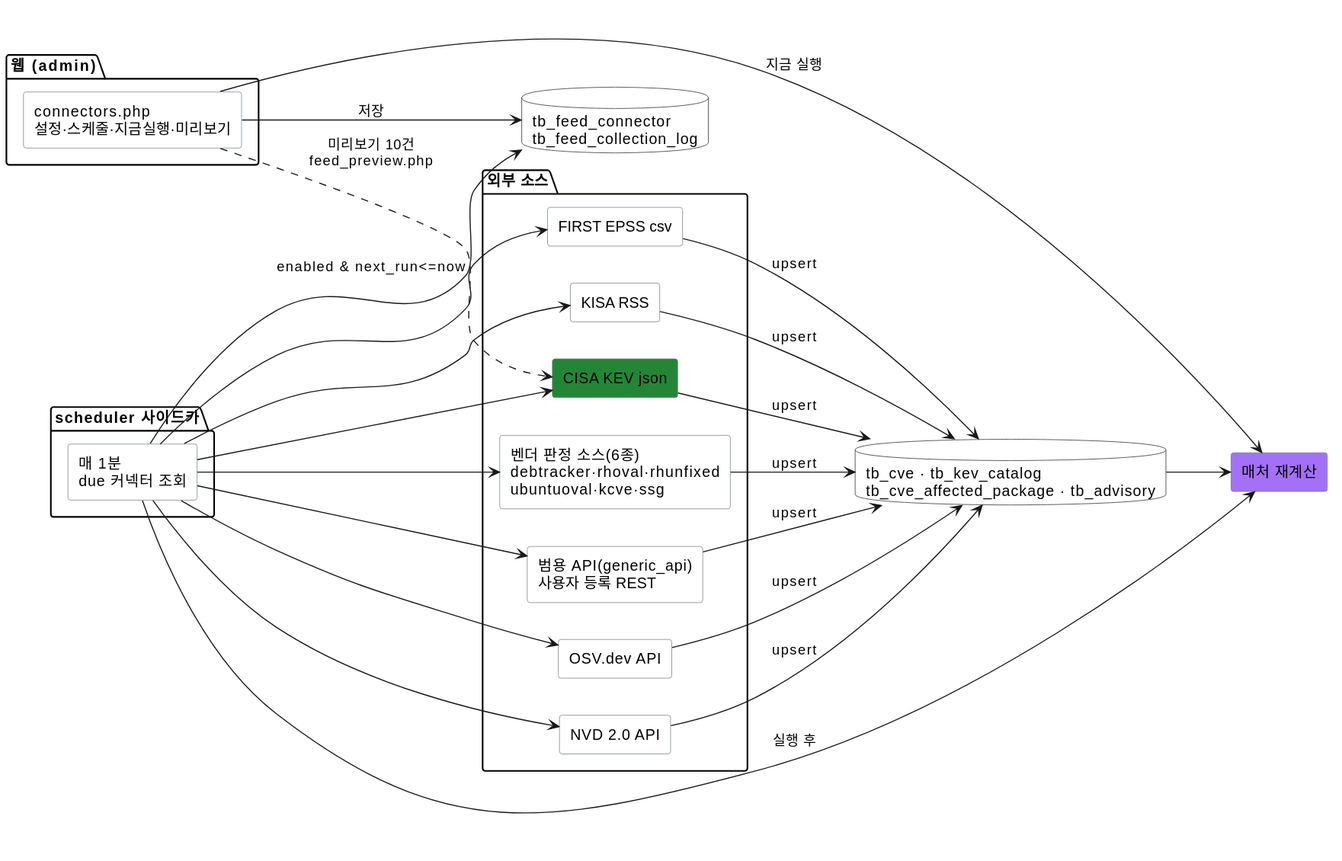
The PlantUML diagram docs/specs/diagrams/피드커넥터.svg in JeongDoWook/vuln-agent, before a commit.
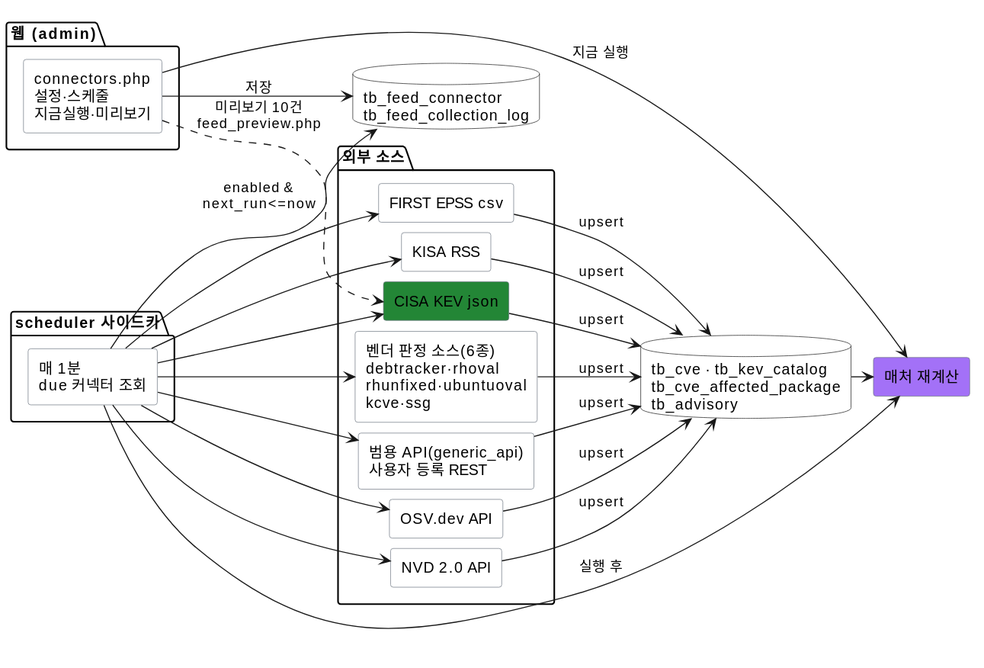
Later version of the same file.

The edit, as a diff of the source:
```diff
@@ -7,9 +7,12 @@
 }
 skinparam databaseBackgroundColor #ffffff
 skinparam shadowing false
+skinparam nodesep 10
+skinparam ranksep 20
+skinparam wrapWidth 220
 
 package "웹 (admin)" as UI {
-    rectangle "connectors.php\n설정·스케줄·지금실행·미리보기" as CFG
+    rectangle "connectors.php\n설정·스케줄\n지금실행·미리보기" as CFG
 }
 
 package "scheduler 사이드카" as Sched {
@@ -22,16 +25,16 @@
     rectangle "NVD 2.0 API" as NVD
     rectangle "FIRST EPSS csv" as EPSS
     rectangle "KISA RSS" as KISA
-    rectangle "벤더 판정 소스(6종)\ndebtracker·rhoval·rhunfixed\nubuntuoval·kcve·ssg" as VENDOR
+    rectangle "벤더 판정 소스(6종)\ndebtracker·rhoval\nrhunfixed·ubuntuoval\nkcve·ssg" as VENDOR
     rectangle "범용 API(generic_api)\n사용자 등록 REST" as GAPI
 }
 
 database "tb_feed_connector\ntb_feed_collection_log" as DBc
-database "tb_cve · tb_kev_catalog\ntb_cve_affected_package · tb_advisory" as CVE
+database "tb_cve · tb_kev_catalog\ntb_cve_affected_package\ntb_advisory" as CVE
 rectangle "매처 재계산" as MAT #a371f7
 
 CFG --> DBc : 저장
-TICK --> DBc : enabled & next_run<=now
+TICK --> DBc : enabled &\nnext_run<=now
 
 TICK --> KEV
 TICK --> OSV
```
